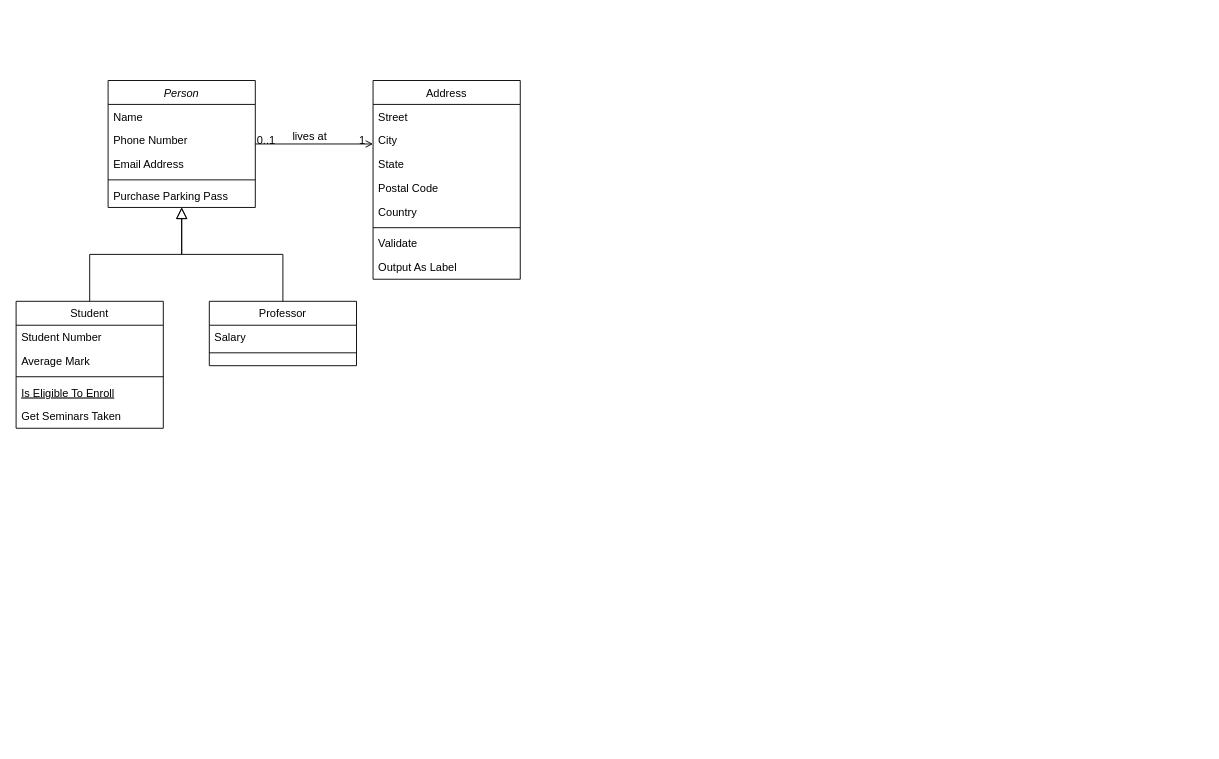
Earlier version of the draw.io diagram account.drawio (fast-dev/fast-dev.github.io). Source tidied: cells renumbered, new cells numbered last; positions are measured from the earlier drawing's top-left corner, leaving out a move shared by most shapes. Both pictures are drawn from the tidied source at 92%, with x=0, y=0 at pixel (16, 80).
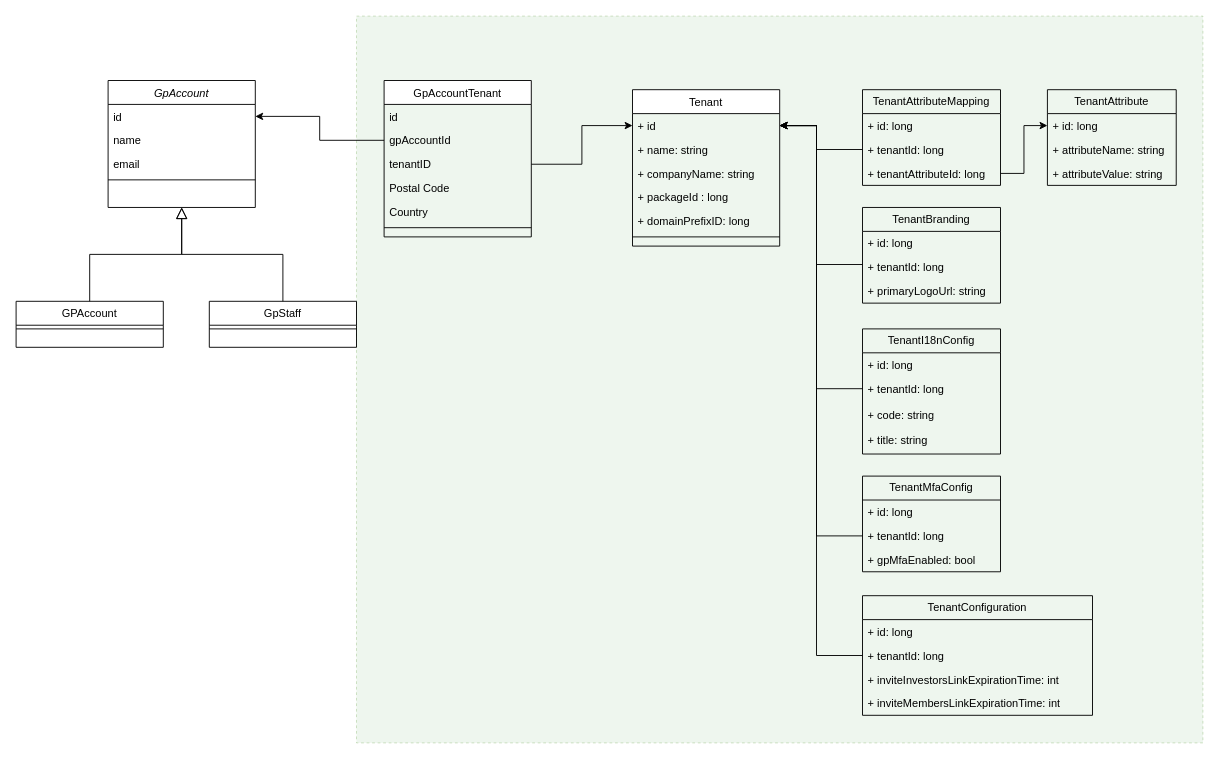
After the change.

Diff of the diagram source:
```diff
@@
+    <mxCell id="32" style="rounded=0;whiteSpace=wrap;html=1;fillColor=#d5e8d4;strokeColor=#82b366;dashed=1;opacity=40;" parent="1" vertex="1">
+      <mxGeometry x="370" y="-70" width="920" height="790" as="geometry" />
+    </mxCell>
-    <mxCell id="2" value="Person" style="swimlane;fontStyle=2;align=center;verticalAlign=top;horizontal=1;startSize=26;rounded=0;shadow=0;strokeWidth=1;" parent="1" vertex="1">
+    <mxCell id="2" value="GpAccount" style="swimlane;fontStyle=2;align=center;verticalAlign=top;horizontal=1;startSize=26;rounded=0;shadow=0;strokeWidth=1;" parent="1" vertex="1">
       <mxGeometry x="100" width="160" height="138" as="geometry" />
     </mxCell>
-    <mxCell id="3" value="Name" style="text;align=left;verticalAlign=top;spacingLeft=4;spacingRight=4;overflow=hidden;points=[[0,0.5],[1,0.5]];portConstraint=eastwest;" parent="2" vertex="1">
+    <mxCell id="3" value="id" style="text;align=left;verticalAlign=top;spacingLeft=4;spacingRight=4;overflow=hidden;points=[[0,0.5],[1,0.5]];portConstraint=eastwest;" parent="2" vertex="1">
       <mxGeometry y="26" width="160" height="26" as="geometry" />
     </mxCell>
-    <mxCell id="4" value="Phone Number" style="text;align=left;verticalAlign=top;spacingLeft=4;spacingRight=4;overflow=hidden;rounded=0;shadow=0;html=0;" parent="2" vertex="1">
+    <mxCell id="4" value="name" style="text;align=left;verticalAlign=top;spacingLeft=4;spacingRight=4;overflow=hidden;rounded=0;shadow=0;html=0;" parent="2" vertex="1">
       <mxGeometry y="52" width="160" height="26" as="geometry" />
     </mxCell>
-    <mxCell id="5" value="Email Address" style="text;align=left;verticalAlign=top;spacingLeft=4;spacingRight=4;overflow=hidden;rounded=0;shadow=0;html=0;" parent="2" vertex="1">
+    <mxCell id="5" value="email" style="text;align=left;verticalAlign=top;spacingLeft=4;spacingRight=4;overflow=hidden;rounded=0;shadow=0;html=0;" parent="2" vertex="1">
       <mxGeometry y="78" width="160" height="26" as="geometry" />
     </mxCell>
@@
-    <mxCell id="7" value="Purchase Parking Pass" style="text;align=left;verticalAlign=top;spacingLeft=4;spacingRight=4;overflow=hidden;" parent="2" vertex="1">
-      <mxGeometry y="112" width="160" height="26" as="geometry" />
-    </mxCell>
-    <mxCell id="8" value="Student" style="swimlane;fontStyle=0;align=center;verticalAlign=top;horizontal=1;startSize=26;rounded=0;shadow=0;strokeWidth=1;" parent="1" vertex="1">
-      <mxGeometry y="240" width="160" height="138" as="geometry" />
+    <mxCell id="8" value="GPAccount" style="swimlane;fontStyle=0;align=center;verticalAlign=top;horizontal=1;startSize=26;rounded=0;shadow=0;strokeWidth=1;" parent="1" vertex="1">
+      <mxGeometry y="240" width="160" height="50" as="geometry" />
     </mxCell>
-    <mxCell id="9" value="Student Number" style="text;align=left;verticalAlign=top;spacingLeft=4;spacingRight=4;overflow=hidden;" parent="8" vertex="1">
-      <mxGeometry y="26" width="160" height="26" as="geometry" />
-    </mxCell>
-    <mxCell id="10" value="Average Mark" style="text;align=left;verticalAlign=top;spacingLeft=4;spacingRight=4;overflow=hidden;rounded=0;shadow=0;html=0;" parent="8" vertex="1">
-      <mxGeometry y="52" width="160" height="26" as="geometry" />
-    </mxCell>
     <mxCell id="11" style="line;html=1;strokeWidth=1;align=left;verticalAlign=middle;spacingTop=-1;spacingLeft=3;spacingRight=3;labelPosition=right;" parent="8" vertex="1">
-      <mxGeometry y="78" width="160" height="8" as="geometry" />
+      <mxGeometry y="26" width="160" height="8" as="geometry" />
     </mxCell>
-    <mxCell id="12" value="Is Eligible To Enroll" style="text;align=left;verticalAlign=top;spacingLeft=4;spacingRight=4;overflow=hidden;fontStyle=4;" parent="8" vertex="1">
-      <mxGeometry y="86" width="160" height="26" as="geometry" />
-    </mxCell>
-    <mxCell id="13" value="Get Seminars Taken" style="text;align=left;verticalAlign=top;spacingLeft=4;spacingRight=4;overflow=hidden;" parent="8" vertex="1">
-      <mxGeometry y="112" width="160" height="26" as="geometry" />
-    </mxCell>
@@
-    <mxCell id="15" value="Professor" style="swimlane;fontStyle=0;align=center;verticalAlign=top;horizontal=1;startSize=26;rounded=0;shadow=0;strokeWidth=1;" parent="1" vertex="1">
-      <mxGeometry x="210" y="240" width="160" height="70" as="geometry" />
+    <mxCell id="15" value="GpStaff" style="swimlane;fontStyle=0;align=center;verticalAlign=top;horizontal=1;startSize=26;rounded=0;shadow=0;strokeWidth=1;" parent="1" vertex="1">
+      <mxGeometry x="210" y="240" width="160" height="50" as="geometry" />
     </mxCell>
-    <mxCell id="16" value="Salary" style="text;align=left;verticalAlign=top;spacingLeft=4;spacingRight=4;overflow=hidden;" parent="15" vertex="1">
-      <mxGeometry y="26" width="160" height="26" as="geometry" />
-    </mxCell>
     <mxCell id="17" style="line;html=1;strokeWidth=1;align=left;verticalAlign=middle;spacingTop=-1;spacingLeft=3;spacingRight=3;labelPosition=right;" parent="15" vertex="1">
-      <mxGeometry y="52" width="160" height="8" as="geometry" />
+      <mxGeometry y="26" width="160" height="8" as="geometry" />
     </mxCell>
@@
-    <mxCell id="19" value="Address" style="swimlane;fontStyle=0;align=center;verticalAlign=top;horizontal=1;startSize=26;rounded=0;shadow=0;strokeWidth=1;" parent="1" vertex="1">
-      <mxGeometry x="388" width="160" height="216" as="geometry" />
+    <mxCell id="19" value="GpAccountTenant" style="swimlane;fontStyle=0;align=center;verticalAlign=top;horizontal=1;startSize=26;rounded=0;shadow=0;strokeWidth=1;" parent="1" vertex="1">
+      <mxGeometry x="400" width="160" height="170" as="geometry" />
     </mxCell>
-    <mxCell id="20" value="Street" style="text;align=left;verticalAlign=top;spacingLeft=4;spacingRight=4;overflow=hidden;" parent="19" vertex="1">
+    <mxCell id="20" value="id" style="text;align=left;verticalAlign=top;spacingLeft=4;spacingRight=4;overflow=hidden;" parent="19" vertex="1">
       <mxGeometry y="26" width="160" height="26" as="geometry" />
     </mxCell>
-    <mxCell id="21" value="City" style="text;align=left;verticalAlign=top;spacingLeft=4;spacingRight=4;overflow=hidden;points=[[0,0.5],[1,0.5]];portConstraint=eastwest;rounded=0;shadow=0;html=0;" parent="19" vertex="1">
+    <mxCell id="21" value="gpAccountId" style="text;align=left;verticalAlign=top;spacingLeft=4;spacingRight=4;overflow=hidden;points=[[0,0.5],[1,0.5]];portConstraint=eastwest;rounded=0;shadow=0;html=0;" parent="19" vertex="1">
       <mxGeometry y="52" width="160" height="26" as="geometry" />
     </mxCell>
-    <mxCell id="22" value="State" style="text;align=left;verticalAlign=top;spacingLeft=4;spacingRight=4;overflow=hidden;points=[[0,0.5],[1,0.5]];portConstraint=eastwest;rounded=0;shadow=0;html=0;" parent="19" vertex="1">
+    <mxCell id="22" value="tenantID" style="text;align=left;verticalAlign=top;spacingLeft=4;spacingRight=4;overflow=hidden;points=[[0,0.5],[1,0.5]];portConstraint=eastwest;rounded=0;shadow=0;html=0;" parent="19" vertex="1">
       <mxGeometry y="78" width="160" height="26" as="geometry" />
     </mxCell>
@@
-    <mxCell id="26" value="Validate" style="text;align=left;verticalAlign=top;spacingLeft=4;spacingRight=4;overflow=hidden;" parent="19" vertex="1">
-      <mxGeometry y="164" width="160" height="26" as="geometry" />
-    </mxCell>
-    <mxCell id="27" value="Output As Label" style="text;align=left;verticalAlign=top;spacingLeft=4;spacingRight=4;overflow=hidden;" parent="19" vertex="1">
-      <mxGeometry y="190" width="160" height="26" as="geometry" />
-    </mxCell>
-    <mxCell id="28" style="endArrow=open;shadow=0;strokeWidth=1;rounded=0;endFill=1;edgeStyle=elbowEdgeStyle;elbow=vertical;" parent="1" edge="1" source="2" target="19">
-      <mxGeometry x="0.5" y="41" relative="1" as="geometry">
-        <mxPoint x="-40" y="32" as="offset" />
-      </mxGeometry>
-    </mxCell>
-    <mxCell id="29" value="0..1" style="align=left;verticalAlign=bottom;labelBackgroundColor=none;fontSize=12;" parent="28" vertex="1">
-      <mxGeometry x="-1" relative="1" as="geometry">
-        <mxPoint y="4" as="offset" />
-      </mxGeometry>
-    </mxCell>
-    <mxCell id="30" value="1" style="align=right;verticalAlign=bottom;labelBackgroundColor=none;fontSize=12;" parent="28" vertex="1">
-      <mxGeometry x="1" relative="1" as="geometry">
-        <mxPoint x="-7" y="4" as="offset" />
-      </mxGeometry>
-    </mxCell>
-    <mxCell id="31" value="lives at" style="text;html=1;align=center;verticalAlign=middle;labelBackgroundColor=none;rounded=0;shadow=0;strokeWidth=1;fontSize=12;" parent="28" vertex="1">
-      <mxGeometry x="0.5" y="49" relative="1" as="geometry">
-        <mxPoint x="-38" y="40" as="offset" />
-      </mxGeometry>
-    </mxCell>
+    <mxCell id="33" value="Tenant" style="swimlane;fontStyle=0;align=center;verticalAlign=top;horizontal=1;startSize=26;rounded=0;shadow=0;strokeWidth=1;" parent="1" vertex="1">
+      <mxGeometry x="670" y="10" width="160" height="170" as="geometry" />
+    </mxCell>
+    <mxCell id="34" value="+ id" style="text;align=left;verticalAlign=top;spacingLeft=4;spacingRight=4;overflow=hidden;points=[[0,0.5],[1,0.5]];portConstraint=eastwest;" parent="33" vertex="1">
+      <mxGeometry y="26" width="160" height="26" as="geometry" />
+    </mxCell>
+    <mxCell id="35" value="+ name: string" style="text;align=left;verticalAlign=top;spacingLeft=4;spacingRight=4;overflow=hidden;rounded=0;shadow=0;html=0;" parent="33" vertex="1">
+      <mxGeometry y="52" width="160" height="26" as="geometry" />
+    </mxCell>
+    <mxCell id="36" value="+ companyName: string" style="text;align=left;verticalAlign=top;spacingLeft=4;spacingRight=4;overflow=hidden;rounded=0;shadow=0;html=0;" parent="33" vertex="1">
+      <mxGeometry y="78" width="160" height="26" as="geometry" />
+    </mxCell>
+    <mxCell id="37" value="+ packageId : long" style="text;align=left;verticalAlign=top;spacingLeft=4;spacingRight=4;overflow=hidden;rounded=0;shadow=0;html=0;" parent="33" vertex="1">
+      <mxGeometry y="104" width="160" height="26" as="geometry" />
+    </mxCell>
+    <mxCell id="38" value="+ domainPrefixID: long" style="text;align=left;verticalAlign=top;spacingLeft=4;spacingRight=4;overflow=hidden;rounded=0;shadow=0;html=0;" parent="33" vertex="1">
+      <mxGeometry y="130" width="160" height="26" as="geometry" />
+    </mxCell>
+    <mxCell id="39" style="line;html=1;strokeWidth=1;align=left;verticalAlign=middle;spacingTop=-1;spacingLeft=3;spacingRight=3;labelPosition=right;" parent="33" vertex="1">
+      <mxGeometry y="156" width="160" height="8" as="geometry" />
+    </mxCell>
+    <mxCell id="40" style="edgeStyle=orthogonalEdgeStyle;rounded=0;jettySize=auto;html=1;entryX=0;entryY=0.5;entryDx=0;entryDy=0;" parent="1" edge="1" source="22" target="34">
+      <mxGeometry relative="1" as="geometry" />
+    </mxCell>
+    <mxCell id="41" style="edgeStyle=orthogonalEdgeStyle;rounded=0;jettySize=auto;html=1;entryX=1;entryY=0.5;entryDx=0;entryDy=0;" parent="1" edge="1" source="21" target="3">
+      <mxGeometry relative="1" as="geometry">
+        <Array as="points">
+          <mxPoint x="330" y="65" />
+          <mxPoint x="330" y="39" />
+        </Array>
+      </mxGeometry>
+    </mxCell>
+    <mxCell id="42" value="TenantAttribute" style="swimlane;fontStyle=0;horizontal=1;startSize=26;fillColor=none;whiteSpace=wrap;html=1;" parent="1" vertex="1">
+      <mxGeometry x="1121" y="10" width="140" height="104" as="geometry" />
+    </mxCell>
+    <mxCell id="43" value="+ id: long" style="text;strokeColor=none;fillColor=none;align=left;verticalAlign=top;spacingLeft=4;spacingRight=4;overflow=hidden;points=[[0,0.5],[1,0.5]];portConstraint=eastwest;whiteSpace=wrap;html=1;" parent="42" vertex="1">
+      <mxGeometry y="26" width="140" height="26" as="geometry" />
+    </mxCell>
+    <mxCell id="44" value="+ attributeName:&amp;nbsp;string" style="text;strokeColor=none;fillColor=none;align=left;verticalAlign=top;spacingLeft=4;spacingRight=4;overflow=hidden;whiteSpace=wrap;html=1;" parent="42" vertex="1">
+      <mxGeometry y="52" width="140" height="26" as="geometry" />
+    </mxCell>
+    <mxCell id="45" value="+ attributeValue: string" style="text;strokeColor=none;fillColor=none;align=left;verticalAlign=top;spacingLeft=4;spacingRight=4;overflow=hidden;whiteSpace=wrap;html=1;" parent="42" vertex="1">
+      <mxGeometry y="78" width="140" height="26" as="geometry" />
+    </mxCell>
+    <mxCell id="46" value="TenantAttributeMapping" style="swimlane;fontStyle=0;horizontal=1;startSize=26;fillColor=none;whiteSpace=wrap;html=1;" parent="1" vertex="1">
+      <mxGeometry x="920" y="10" width="150" height="104" as="geometry" />
+    </mxCell>
+    <mxCell id="47" value="+ id: long" style="text;strokeColor=none;fillColor=none;align=left;verticalAlign=top;spacingLeft=4;spacingRight=4;overflow=hidden;whiteSpace=wrap;html=1;" parent="46" vertex="1">
+      <mxGeometry y="26" width="150" height="26" as="geometry" />
+    </mxCell>
+    <mxCell id="48" value="+ tenantId: long" style="text;strokeColor=none;fillColor=none;align=left;verticalAlign=top;spacingLeft=4;spacingRight=4;overflow=hidden;points=[[0,0.5],[1,0.5]];portConstraint=eastwest;whiteSpace=wrap;html=1;" parent="46" vertex="1">
+      <mxGeometry y="52" width="150" height="26" as="geometry" />
+    </mxCell>
+    <mxCell id="49" value="+ tenantAttributeId: long" style="text;strokeColor=none;fillColor=none;align=left;verticalAlign=top;spacingLeft=4;spacingRight=4;overflow=hidden;points=[[0,0.5],[1,0.5]];portConstraint=eastwest;whiteSpace=wrap;html=1;" parent="46" vertex="1">
+      <mxGeometry y="78" width="150" height="26" as="geometry" />
+    </mxCell>
+    <mxCell id="50" style="edgeStyle=orthogonalEdgeStyle;rounded=0;jettySize=auto;html=1;" parent="1" edge="1" source="48" target="34">
+      <mxGeometry relative="1" as="geometry">
+        <Array as="points">
+          <mxPoint x="870" y="75" />
+          <mxPoint x="870" y="49" />
+        </Array>
+      </mxGeometry>
+    </mxCell>
+    <mxCell id="51" style="edgeStyle=orthogonalEdgeStyle;rounded=0;jettySize=auto;html=1;entryX=0;entryY=0.5;entryDx=0;entryDy=0;" parent="1" edge="1" source="49" target="43">
+      <mxGeometry relative="1" as="geometry" />
+    </mxCell>
+    <mxCell id="52" style="edgeStyle=orthogonalEdgeStyle;rounded=0;jettySize=auto;html=1;entryX=1;entryY=0.5;entryDx=0;entryDy=0;" parent="1" edge="1" source="53" target="34">
+      <mxGeometry relative="1" as="geometry">
+        <Array as="points">
+          <mxPoint x="870" y="200" />
+          <mxPoint x="870" y="49" />
+        </Array>
+      </mxGeometry>
+    </mxCell>
+    <mxCell id="53" value="TenantBranding" style="swimlane;fontStyle=0;horizontal=1;startSize=26;fillColor=none;whiteSpace=wrap;html=1;" parent="1" vertex="1">
+      <mxGeometry x="920" y="138" width="150" height="104" as="geometry" />
+    </mxCell>
+    <mxCell id="54" value="+ id: long" style="text;strokeColor=none;fillColor=none;align=left;verticalAlign=top;spacingLeft=4;spacingRight=4;overflow=hidden;whiteSpace=wrap;html=1;" parent="53" vertex="1">
+      <mxGeometry y="26" width="150" height="26" as="geometry" />
+    </mxCell>
+    <mxCell id="55" value="+ tenantId: long" style="text;strokeColor=none;fillColor=none;align=left;verticalAlign=top;spacingLeft=4;spacingRight=4;overflow=hidden;whiteSpace=wrap;html=1;" parent="53" vertex="1">
+      <mxGeometry y="52" width="150" height="26" as="geometry" />
+    </mxCell>
+    <mxCell id="56" value="+ primaryLogoUrl: string" style="text;strokeColor=none;fillColor=none;align=left;verticalAlign=top;spacingLeft=4;spacingRight=4;overflow=hidden;whiteSpace=wrap;html=1;" parent="53" vertex="1">
+      <mxGeometry y="78" width="150" height="26" as="geometry" />
+    </mxCell>
+    <mxCell id="57" value="TenantI18nConfig" style="swimlane;fontStyle=0;horizontal=1;startSize=26;fillColor=none;whiteSpace=wrap;html=1;" parent="1" vertex="1">
+      <mxGeometry x="920" y="270" width="150" height="136" as="geometry" />
+    </mxCell>
+    <mxCell id="58" value="+ id: long" style="text;strokeColor=none;fillColor=none;align=left;verticalAlign=top;spacingLeft=4;spacingRight=4;overflow=hidden;whiteSpace=wrap;html=1;" parent="57" vertex="1">
+      <mxGeometry y="26" width="150" height="26" as="geometry" />
+    </mxCell>
+    <mxCell id="59" value="+ tenantId: long" style="text;strokeColor=none;fillColor=none;align=left;verticalAlign=top;spacingLeft=4;spacingRight=4;overflow=hidden;points=[[0,0.5],[1,0.5]];portConstraint=eastwest;whiteSpace=wrap;html=1;" parent="57" vertex="1">
+      <mxGeometry y="52" width="150" height="28" as="geometry" />
+    </mxCell>
+    <mxCell id="60" value="+ code: string" style="text;strokeColor=none;fillColor=none;align=left;verticalAlign=top;spacingLeft=4;spacingRight=4;overflow=hidden;whiteSpace=wrap;html=1;" parent="57" vertex="1">
+      <mxGeometry y="80" width="150" height="28" as="geometry" />
+    </mxCell>
+    <mxCell id="61" value="+ title: string" style="text;strokeColor=none;fillColor=none;align=left;verticalAlign=top;spacingLeft=4;spacingRight=4;overflow=hidden;whiteSpace=wrap;html=1;" parent="57" vertex="1">
+      <mxGeometry y="108" width="150" height="28" as="geometry" />
+    </mxCell>
+    <mxCell id="62" style="edgeStyle=orthogonalEdgeStyle;rounded=0;jettySize=auto;html=1;" parent="1" edge="1" source="59" target="34">
+      <mxGeometry relative="1" as="geometry">
+        <Array as="points">
+          <mxPoint x="870" y="335" />
+          <mxPoint x="870" y="49" />
+        </Array>
+      </mxGeometry>
+    </mxCell>
+    <mxCell id="63" value="TenantMfaConfig" style="swimlane;fontStyle=0;horizontal=1;startSize=26;fillColor=none;whiteSpace=wrap;html=1;" parent="1" vertex="1">
+      <mxGeometry x="920" y="430" width="150" height="104" as="geometry" />
+    </mxCell>
+    <mxCell id="64" value="+ id: long" style="text;strokeColor=none;fillColor=none;align=left;verticalAlign=top;spacingLeft=4;spacingRight=4;overflow=hidden;whiteSpace=wrap;html=1;" parent="63" vertex="1">
+      <mxGeometry y="26" width="150" height="26" as="geometry" />
+    </mxCell>
+    <mxCell id="65" value="+ tenantId: long" style="text;strokeColor=none;fillColor=none;align=left;verticalAlign=top;spacingLeft=4;spacingRight=4;overflow=hidden;points=[[0,0.5],[1,0.5]];portConstraint=eastwest;whiteSpace=wrap;html=1;" parent="63" vertex="1">
+      <mxGeometry y="52" width="150" height="26" as="geometry" />
+    </mxCell>
+    <mxCell id="66" value="+ gpMfaEnabled: bool" style="text;strokeColor=none;fillColor=none;align=left;verticalAlign=top;spacingLeft=4;spacingRight=4;overflow=hidden;whiteSpace=wrap;html=1;" parent="63" vertex="1">
+      <mxGeometry y="78" width="150" height="26" as="geometry" />
+    </mxCell>
+    <mxCell id="67" style="edgeStyle=orthogonalEdgeStyle;rounded=0;jettySize=auto;html=1;entryX=1;entryY=0.5;entryDx=0;entryDy=0;" parent="1" edge="1" source="65" target="34">
+      <mxGeometry relative="1" as="geometry">
+        <Array as="points">
+          <mxPoint x="870" y="495" />
+          <mxPoint x="870" y="49" />
+        </Array>
+      </mxGeometry>
+    </mxCell>
+    <mxCell id="68" value="TenantConfiguration" style="swimlane;fontStyle=0;horizontal=1;startSize=26;fillColor=none;whiteSpace=wrap;html=1;" parent="1" vertex="1">
+      <mxGeometry x="920" y="560" width="250" height="130" as="geometry" />
+    </mxCell>
+    <mxCell id="69" value="+ id: long" style="text;strokeColor=none;fillColor=none;align=left;verticalAlign=top;spacingLeft=4;spacingRight=4;overflow=hidden;whiteSpace=wrap;html=1;" parent="68" vertex="1">
+      <mxGeometry y="26" width="250" height="26" as="geometry" />
+    </mxCell>
+    <mxCell id="70" value="+ tenantId: long" style="text;strokeColor=none;fillColor=none;align=left;verticalAlign=top;spacingLeft=4;spacingRight=4;overflow=hidden;points=[[0,0.5],[1,0.5]];portConstraint=eastwest;whiteSpace=wrap;html=1;" parent="68" vertex="1">
+      <mxGeometry y="52" width="250" height="26" as="geometry" />
+    </mxCell>
+    <mxCell id="71" value="+ inviteInvestorsLinkExpirationTime: int" style="text;strokeColor=none;fillColor=none;align=left;verticalAlign=top;spacingLeft=4;spacingRight=4;overflow=hidden;whiteSpace=wrap;html=1;" parent="68" vertex="1">
+      <mxGeometry y="78" width="250" height="26" as="geometry" />
+    </mxCell>
+    <mxCell id="72" value="+ inviteMembersLinkExpirationTime: int" style="text;strokeColor=none;fillColor=none;align=left;verticalAlign=top;spacingLeft=4;spacingRight=4;overflow=hidden;whiteSpace=wrap;html=1;" parent="68" vertex="1">
+      <mxGeometry y="104" width="250" height="26" as="geometry" />
+    </mxCell>
+    <mxCell id="73" style="edgeStyle=orthogonalEdgeStyle;rounded=0;jettySize=auto;html=1;entryX=1;entryY=0.5;entryDx=0;entryDy=0;" parent="1" edge="1" source="70" target="34">
+      <mxGeometry relative="1" as="geometry">
+        <Array as="points">
+          <mxPoint x="870" y="625" />
+          <mxPoint x="870" y="49" />
+        </Array>
+      </mxGeometry>
+    </mxCell>
```
